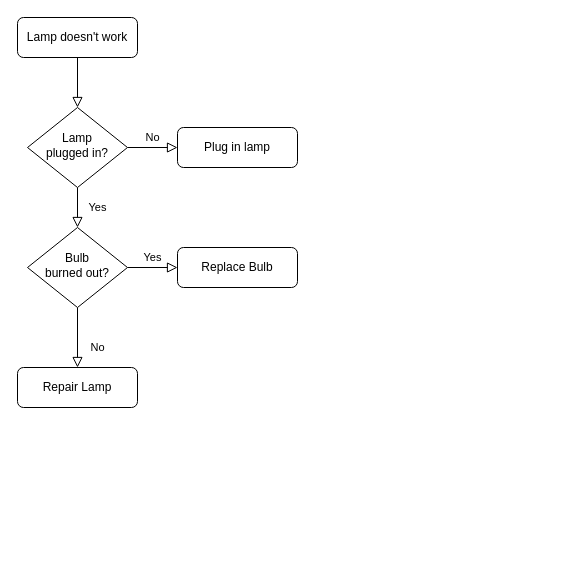
Above: HowToChooseLicense.drawio in Vaycent/MyDiagrams (draw.io), before the change. Source tidied: cells renumbered, new cells numbered last; positions are measured from the earlier drawing's top-left corner, leaving out a move shared by most shapes. Both pictures are drawn from the tidied source at 100%, with x=0, y=0 at pixel (17, 17).
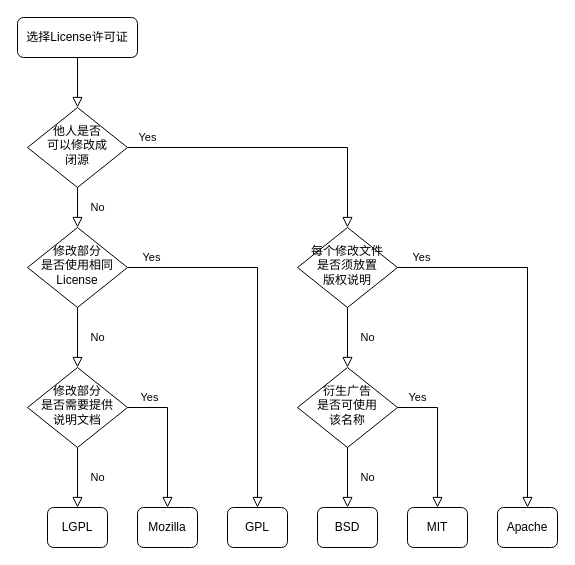
Above is the later version.

Diff of the diagram source:
```diff
@@
-    <mxCell id="3" value="Lamp doesn't work" style="rounded=1;whiteSpace=wrap;html=1;fontSize=12;glass=0;strokeWidth=1;shadow=0;" parent="1" vertex="1">
+    <mxCell id="3" value="选择License许可证" style="rounded=1;whiteSpace=wrap;html=1;fontSize=12;glass=0;strokeWidth=1;shadow=0;" parent="1" vertex="1">
       <mxGeometry width="120" height="40" as="geometry" />
     </mxCell>
-    <mxCell id="4" value="Yes" style="rounded=0;html=1;jettySize=auto;fontSize=11;endArrow=block;endFill=0;endSize=8;strokeWidth=1;shadow=0;labelBackgroundColor=none;edgeStyle=orthogonalEdgeStyle;" parent="1" edge="1" source="6" target="10">
+    <mxCell id="4" value="No" style="rounded=0;html=1;jettySize=auto;fontSize=11;endArrow=block;endFill=0;endSize=8;strokeWidth=1;shadow=0;labelBackgroundColor=none;edgeStyle=orthogonalEdgeStyle;" parent="1" edge="1" source="6" target="10">
       <mxGeometry y="20" relative="1" as="geometry" />
     </mxCell>
-    <mxCell id="5" value="No" style="edgeStyle=orthogonalEdgeStyle;rounded=0;html=1;jettySize=auto;fontSize=11;endArrow=block;endFill=0;endSize=8;strokeWidth=1;shadow=0;labelBackgroundColor=none;" parent="1" edge="1" source="6" target="7">
-      <mxGeometry y="10" relative="1" as="geometry" />
+    <mxCell id="5" value="Yes" style="edgeStyle=orthogonalEdgeStyle;rounded=0;html=1;jettySize=auto;fontSize=11;endArrow=block;endFill=0;endSize=8;strokeWidth=1;shadow=0;labelBackgroundColor=none;" parent="1" edge="1" source="6" target="13">
+      <mxGeometry x="-0.87" y="10" relative="1" as="geometry" />
     </mxCell>
-    <mxCell id="6" value="Lamp&lt;br&gt;plugged in?" style="rhombus;whiteSpace=wrap;html=1;shadow=0;fontFamily=Helvetica;fontSize=12;align=center;strokeWidth=1;spacing=6;spacingTop=-4;" parent="1" vertex="1">
+    <mxCell id="6" value="他人是否&lt;br&gt;可以修改成&lt;br&gt;闭源" style="rhombus;whiteSpace=wrap;html=1;shadow=0;fontFamily=Helvetica;fontSize=12;align=center;strokeWidth=1;spacing=6;spacingTop=-4;" parent="1" vertex="1">
       <mxGeometry x="10" y="90" width="100" height="80" as="geometry" />
     </mxCell>
-    <mxCell id="7" value="Plug in lamp" style="rounded=1;whiteSpace=wrap;html=1;fontSize=12;glass=0;strokeWidth=1;shadow=0;" parent="1" vertex="1">
-      <mxGeometry x="160" y="110" width="120" height="40" as="geometry" />
-    </mxCell>
-    <mxCell id="8" value="No" style="rounded=0;html=1;jettySize=auto;fontSize=11;endArrow=block;endFill=0;endSize=8;strokeWidth=1;shadow=0;labelBackgroundColor=none;edgeStyle=orthogonalEdgeStyle;" parent="1" edge="1" source="10" target="11">
-      <mxGeometry x="0.33" y="20" relative="1" as="geometry" />
+    <mxCell id="8" value="No" style="rounded=0;html=1;jettySize=auto;fontSize=11;endArrow=block;endFill=0;endSize=8;strokeWidth=1;shadow=0;labelBackgroundColor=none;edgeStyle=orthogonalEdgeStyle;" parent="1" edge="1" source="10" target="14">
+      <mxGeometry y="20" relative="1" as="geometry" />
     </mxCell>
     <mxCell id="9" value="Yes" style="edgeStyle=orthogonalEdgeStyle;rounded=0;html=1;jettySize=auto;fontSize=11;endArrow=block;endFill=0;endSize=8;strokeWidth=1;shadow=0;labelBackgroundColor=none;" parent="1" edge="1" source="10" target="12">
-      <mxGeometry y="10" relative="1" as="geometry" />
+      <mxGeometry x="-0.87" y="10" relative="1" as="geometry" />
     </mxCell>
-    <mxCell id="10" value="Bulb&lt;br&gt;burned out?" style="rhombus;whiteSpace=wrap;html=1;shadow=0;fontFamily=Helvetica;fontSize=12;align=center;strokeWidth=1;spacing=6;spacingTop=-4;" parent="1" vertex="1">
+    <mxCell id="10" value="修改部分&lt;br&gt;是否使用相同License" style="rhombus;whiteSpace=wrap;html=1;shadow=0;fontFamily=Helvetica;fontSize=12;align=center;strokeWidth=1;spacing=6;spacingTop=-4;" parent="1" vertex="1">
       <mxGeometry x="10" y="210" width="100" height="80" as="geometry" />
     </mxCell>
-    <mxCell id="11" value="Repair Lamp" style="rounded=1;whiteSpace=wrap;html=1;fontSize=12;glass=0;strokeWidth=1;shadow=0;" parent="1" vertex="1">
-      <mxGeometry y="350" width="120" height="40" as="geometry" />
-    </mxCell>
-    <mxCell id="12" value="Replace Bulb" style="rounded=1;whiteSpace=wrap;html=1;fontSize=12;glass=0;strokeWidth=1;shadow=0;" parent="1" vertex="1">
-      <mxGeometry x="160" y="230" width="120" height="40" as="geometry" />
+    <mxCell id="12" value="GPL" style="rounded=1;whiteSpace=wrap;html=1;fontSize=12;glass=0;strokeWidth=1;shadow=0;" parent="1" vertex="1">
+      <mxGeometry x="210" y="490" width="60" height="40" as="geometry" />
     </mxCell>
+    <mxCell id="13" value="每个修改文件&lt;br&gt;是否须放置&lt;br&gt;版权说明" style="rhombus;whiteSpace=wrap;html=1;shadow=0;fontFamily=Helvetica;fontSize=12;align=center;strokeWidth=1;spacing=6;spacingTop=-4;" parent="1" vertex="1">
+      <mxGeometry x="280" y="210" width="100" height="80" as="geometry" />
+    </mxCell>
+    <mxCell id="14" value="修改部分&lt;br&gt;是否需要提供&lt;br&gt;说明文档" style="rhombus;whiteSpace=wrap;html=1;shadow=0;fontFamily=Helvetica;fontSize=12;align=center;strokeWidth=1;spacing=6;spacingTop=-4;" parent="1" vertex="1">
+      <mxGeometry x="10" y="350" width="100" height="80" as="geometry" />
+    </mxCell>
+    <mxCell id="15" value="No" style="rounded=0;html=1;jettySize=auto;fontSize=11;endArrow=block;endFill=0;endSize=8;strokeWidth=1;shadow=0;labelBackgroundColor=none;edgeStyle=orthogonalEdgeStyle;exitX=0.5;exitY=1;exitDx=0;exitDy=0;" parent="1" edge="1" source="14" target="16">
+      <mxGeometry y="20" relative="1" as="geometry" />
+    </mxCell>
+    <mxCell id="16" value="LGPL" style="rounded=1;whiteSpace=wrap;html=1;fontSize=12;glass=0;strokeWidth=1;shadow=0;" parent="1" vertex="1">
+      <mxGeometry x="30" y="490" width="60" height="40" as="geometry" />
+    </mxCell>
+    <mxCell id="17" value="Yes" style="edgeStyle=orthogonalEdgeStyle;rounded=0;html=1;jettySize=auto;fontSize=11;endArrow=block;endFill=0;endSize=8;strokeWidth=1;shadow=0;labelBackgroundColor=none;" parent="1" edge="1" source="14" target="18">
+      <mxGeometry x="-0.68" y="10" relative="1" as="geometry" />
+    </mxCell>
+    <mxCell id="18" value="Mozilla" style="rounded=1;whiteSpace=wrap;html=1;fontSize=12;glass=0;strokeWidth=1;shadow=0;" parent="1" vertex="1">
+      <mxGeometry x="120" y="490" width="60" height="40" as="geometry" />
+    </mxCell>
+    <mxCell id="19" value="衍生广告&lt;br&gt;是否可使用&lt;br&gt;该名称" style="rhombus;whiteSpace=wrap;html=1;shadow=0;fontFamily=Helvetica;fontSize=12;align=center;strokeWidth=1;spacing=6;spacingTop=-4;" parent="1" vertex="1">
+      <mxGeometry x="280" y="350" width="100" height="80" as="geometry" />
+    </mxCell>
+    <mxCell id="20" value="No" style="rounded=0;html=1;jettySize=auto;fontSize=11;endArrow=block;endFill=0;endSize=8;strokeWidth=1;shadow=0;labelBackgroundColor=none;edgeStyle=orthogonalEdgeStyle;exitX=0.5;exitY=1;exitDx=0;exitDy=0;" parent="1" edge="1" source="13" target="19">
+      <mxGeometry y="20" relative="1" as="geometry" />
+    </mxCell>
+    <mxCell id="21" value="BSD" style="rounded=1;whiteSpace=wrap;html=1;fontSize=12;glass=0;strokeWidth=1;shadow=0;" parent="1" vertex="1">
+      <mxGeometry x="300" y="490" width="60" height="40" as="geometry" />
+    </mxCell>
+    <mxCell id="22" value="No" style="rounded=0;html=1;jettySize=auto;fontSize=11;endArrow=block;endFill=0;endSize=8;strokeWidth=1;shadow=0;labelBackgroundColor=none;edgeStyle=orthogonalEdgeStyle;exitX=0.5;exitY=1;exitDx=0;exitDy=0;" parent="1" edge="1" source="19" target="21">
+      <mxGeometry y="20" relative="1" as="geometry" />
+    </mxCell>
+    <mxCell id="23" value="MIT" style="rounded=1;whiteSpace=wrap;html=1;fontSize=12;glass=0;strokeWidth=1;shadow=0;" parent="1" vertex="1">
+      <mxGeometry x="390" y="490" width="60" height="40" as="geometry" />
+    </mxCell>
+    <mxCell id="24" value="Yes" style="edgeStyle=orthogonalEdgeStyle;rounded=0;html=1;jettySize=auto;fontSize=11;endArrow=block;endFill=0;endSize=8;strokeWidth=1;shadow=0;labelBackgroundColor=none;exitX=1;exitY=0.5;exitDx=0;exitDy=0;entryX=0.5;entryY=0;entryDx=0;entryDy=0;" parent="1" edge="1" source="19" target="23">
+      <mxGeometry x="-0.71" y="10" relative="1" as="geometry" />
+    </mxCell>
+    <mxCell id="25" value="Apache" style="rounded=1;whiteSpace=wrap;html=1;fontSize=12;glass=0;strokeWidth=1;shadow=0;" parent="1" vertex="1">
+      <mxGeometry x="480" y="490" width="60" height="40" as="geometry" />
+    </mxCell>
+    <mxCell id="26" value="Yes" style="edgeStyle=orthogonalEdgeStyle;rounded=0;html=1;jettySize=auto;fontSize=11;endArrow=block;endFill=0;endSize=8;strokeWidth=1;shadow=0;labelBackgroundColor=none;exitX=1;exitY=0.5;exitDx=0;exitDy=0;entryX=0.5;entryY=0;entryDx=0;entryDy=0;" parent="1" edge="1" source="13" target="25">
+      <mxGeometry x="-0.87" y="10" relative="1" as="geometry" />
+    </mxCell>
```
